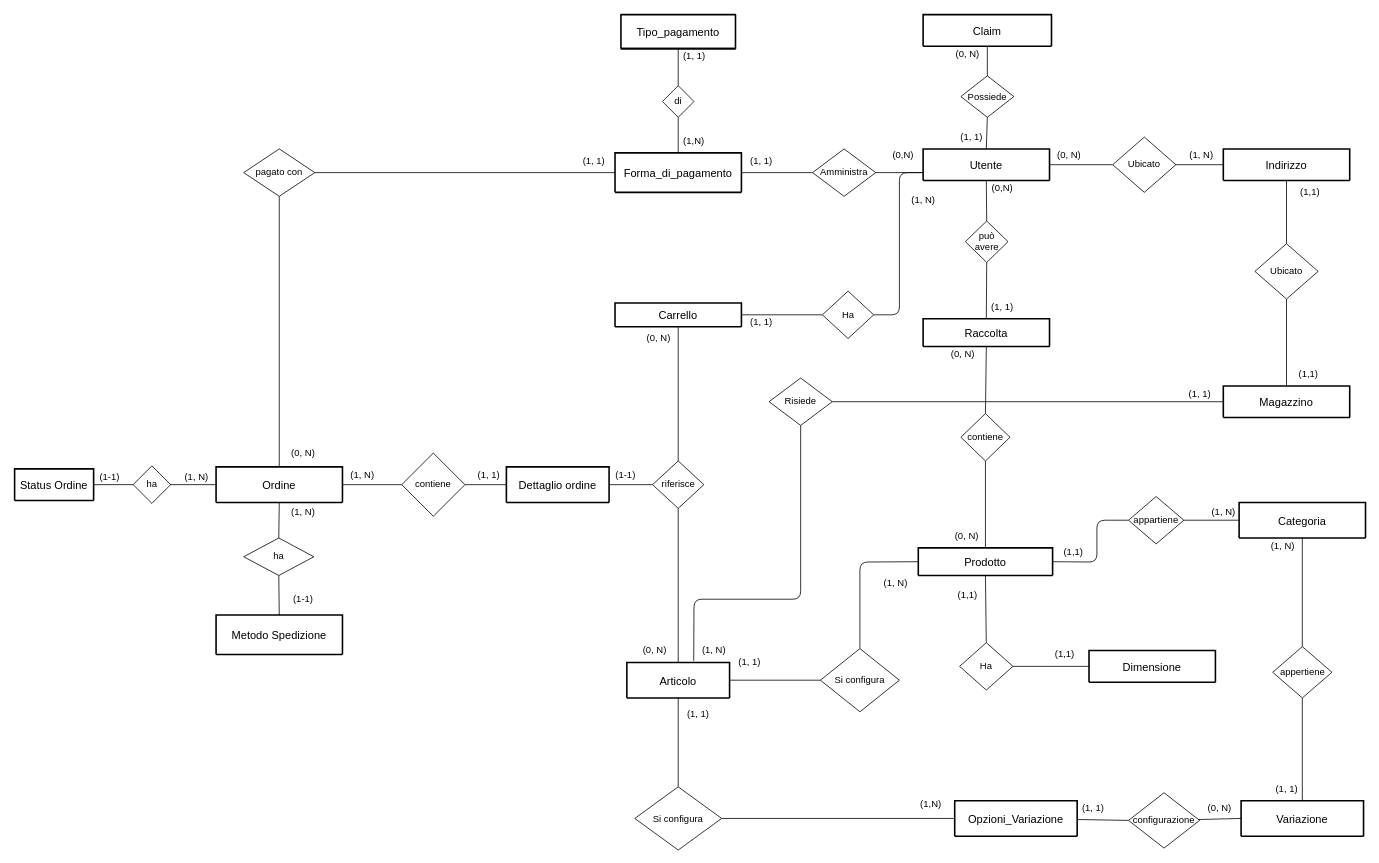
Earlier version of the draw.io diagram doc/schema_scheletro.drawio (EndriDomiUni/E-commerce). Source tidied: cells renumbered, new cells numbered last; positions are measured from the earlier drawing's top-left corner, leaving out a move shared by most shapes. Both pictures are drawn from the tidied source at 79%, with x=0, y=0 at pixel (14, 14).
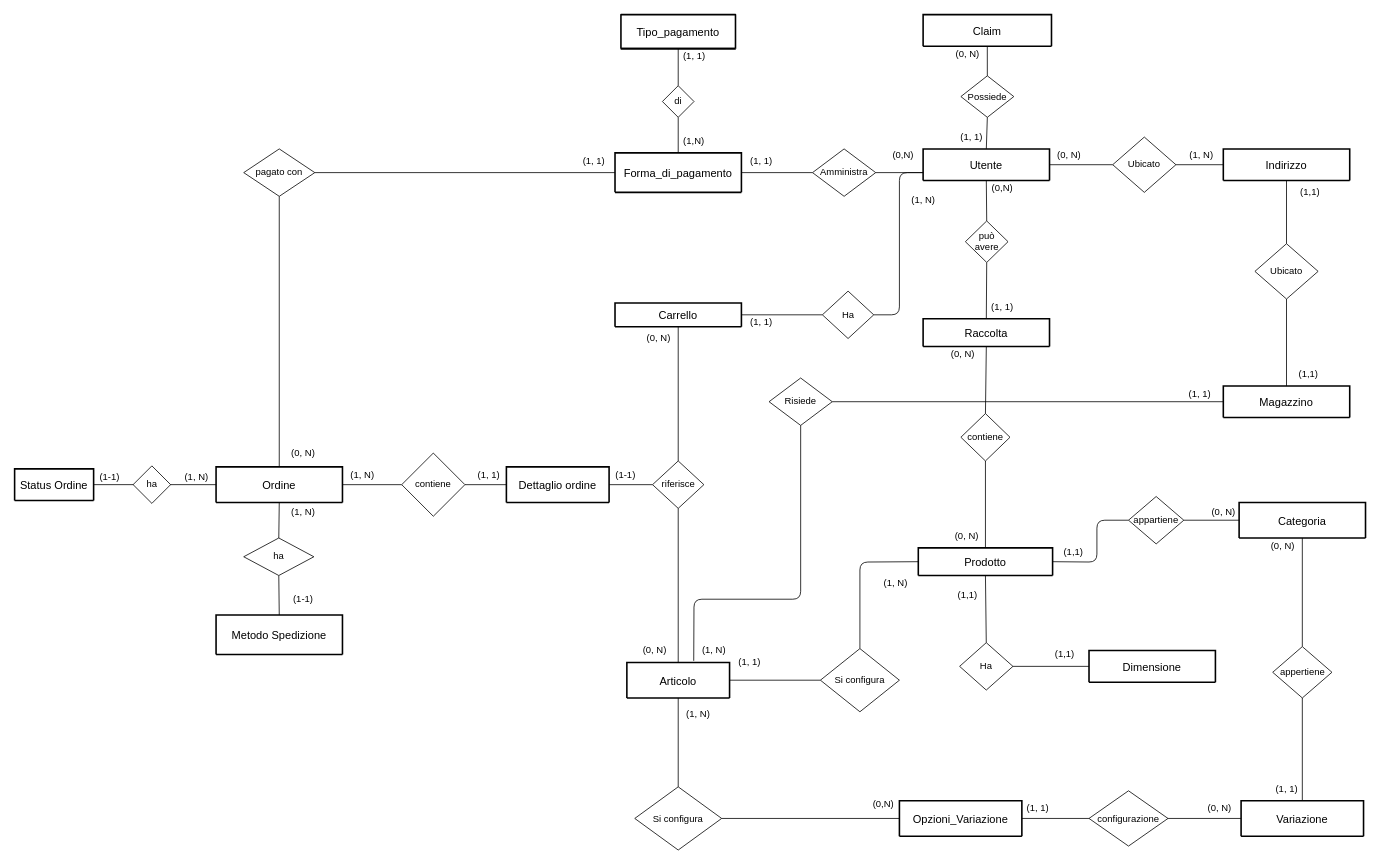
The same diagram, later.

What changed in the source:
```diff
@@
     <mxCell id="31" value="Opzioni_Variazione" style="swimlane;horizontal=1;startSize=75;rounded=1;fontSize=14;fontStyle=0;strokeWidth=2;shadow=0;dashed=0;align=center;" parent="1" vertex="1">
-      <mxGeometry x="1190" y="995" width="155" height="45" as="geometry" />
+      <mxGeometry x="1120" y="995" width="155" height="45" as="geometry" />
     </mxCell>
@@
     <mxCell id="33" value="configurazione" style="shape=rhombus;perimeter=rhombusPerimeter;whiteSpace=wrap;html=1;align=center;" parent="1" vertex="1">
-      <mxGeometry x="1410" y="985" width="90" height="70" as="geometry" />
+      <mxGeometry x="1360" y="982.5" width="100" height="70" as="geometry" />
     </mxCell>
@@
-    <mxCell id="53" value="(1, N)" style="text;html=1;align=center;verticalAlign=middle;strokeColor=none;fillColor=none;" parent="1" vertex="1">
-      <mxGeometry x="1505" y="620" width="50" height="20" as="geometry" />
+    <mxCell id="53" value="(0, N)" style="text;html=1;align=center;verticalAlign=middle;strokeColor=none;fillColor=none;" parent="1" vertex="1">
+      <mxGeometry x="1505" y="615" width="50" height="30" as="geometry" />
     </mxCell>
-    <mxCell id="54" value="(1, N)" style="text;html=1;align=center;verticalAlign=middle;strokeColor=none;fillColor=none;" parent="1" vertex="1">
-      <mxGeometry x="1580" y="662.5" width="50" height="20" as="geometry" />
+    <mxCell id="54" value="(0, N)" style="text;html=1;align=center;verticalAlign=middle;strokeColor=none;fillColor=none;" parent="1" vertex="1">
+      <mxGeometry x="1580" y="657.5" width="50" height="30" as="geometry" />
     </mxCell>
@@
     <mxCell id="66" value="(1, 1)" style="text;html=1;align=center;verticalAlign=middle;strokeColor=none;fillColor=none;" parent="1" vertex="1">
-      <mxGeometry x="1345" y="995" width="40" height="20" as="geometry" />
+      <mxGeometry x="1275" y="995" width="40" height="20" as="geometry" />
     </mxCell>
@@
-    <mxCell id="81" value="(1,N)" style="text;html=1;strokeColor=none;fillColor=none;align=center;verticalAlign=middle;whiteSpace=wrap;rounded=0;" parent="1" vertex="1">
-      <mxGeometry x="1130" y="985" width="60" height="30" as="geometry" />
+    <mxCell id="81" value="(0,N)" style="text;html=1;strokeColor=none;fillColor=none;align=center;verticalAlign=middle;whiteSpace=wrap;rounded=0;" parent="1" vertex="1">
+      <mxGeometry x="1070" y="985" width="60" height="30" as="geometry" />
     </mxCell>
@@
-    <mxCell id="119" value="(1, 1)" style="text;html=1;align=center;verticalAlign=middle;strokeColor=none;fillColor=none;" parent="1" vertex="1">
+    <mxCell id="119" value="(1, N)" style="text;html=1;align=center;verticalAlign=middle;strokeColor=none;fillColor=none;" parent="1" vertex="1">
       <mxGeometry x="840" y="870" width="50" height="30" as="geometry" />
     </mxCell>
```
